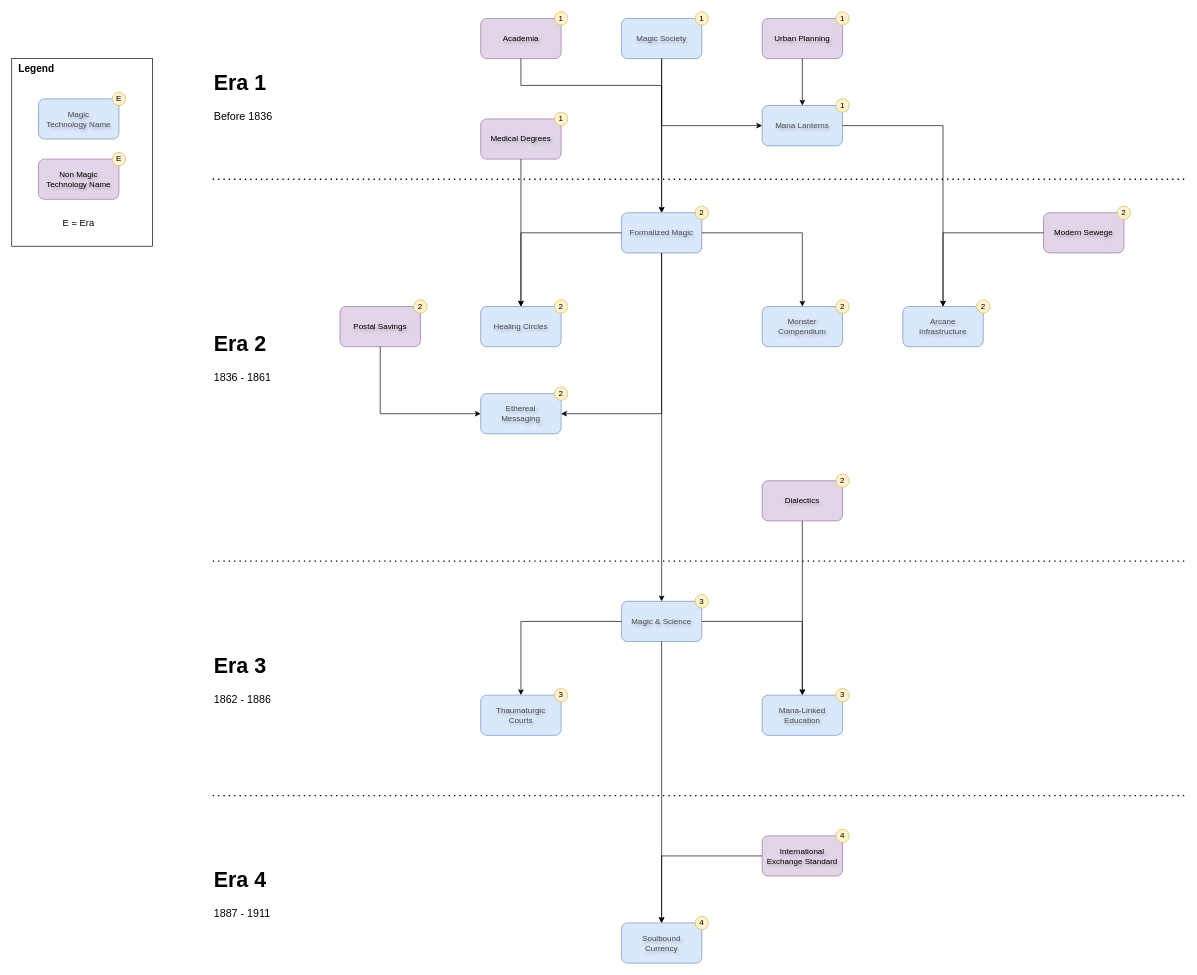
Above: page "Society" (2 of 2) of documentation/TECH_TREE.drawio in kaiser-chris/gate-mod (draw.io), before the change. Source tidied: cells renumbered, new cells numbered last; positions are measured from the earlier drawing's top-left corner, leaving out a move shared by most shapes. Both pictures are drawn from the tidied source at 67%, with x=0, y=0 at pixel (11, 11).
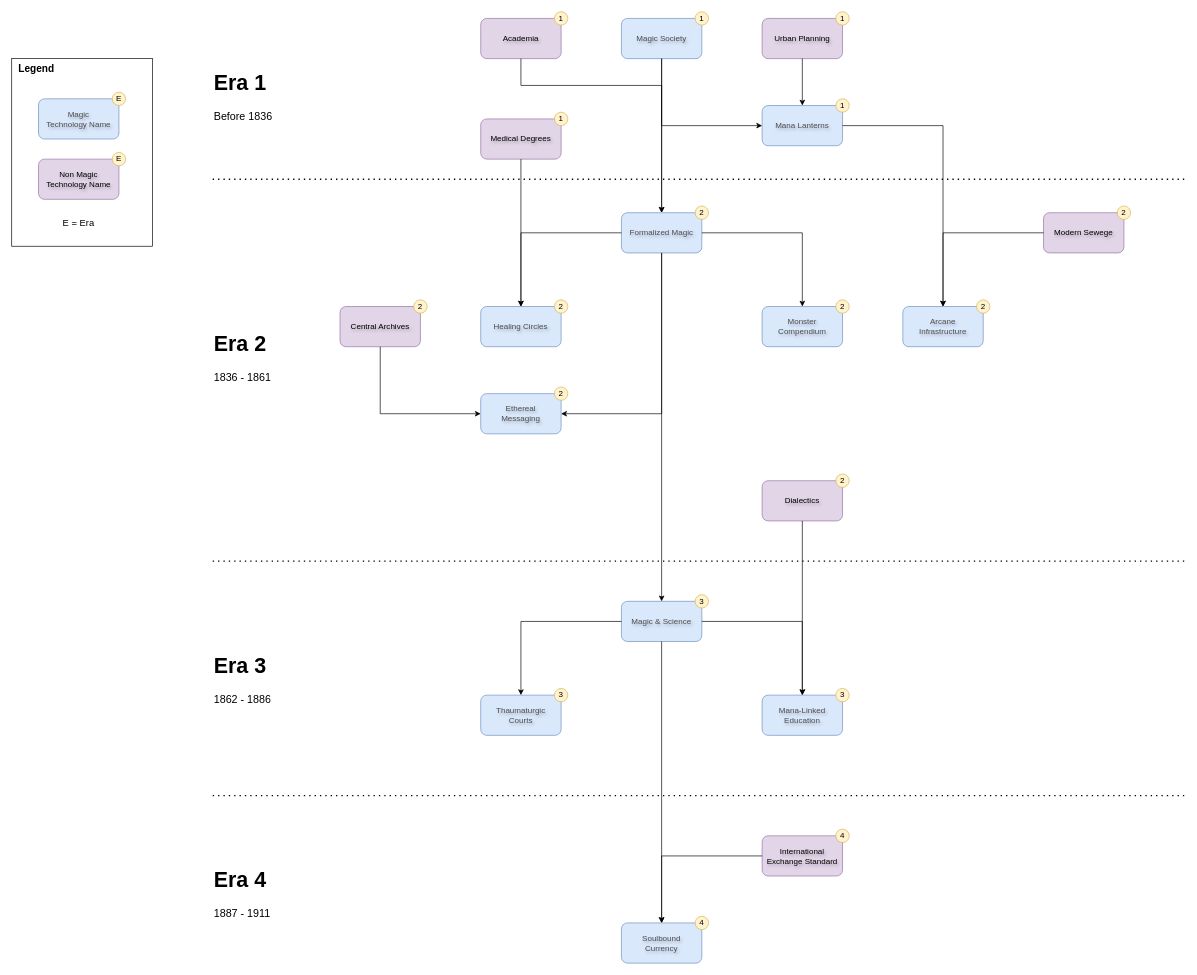
After the change.

Unchanged cells that the change refers to:
```xml
<mxCell id="72" style="group;" parent="1" vertex="1">
  <mxGeometry x="490" y="430" width="130" height="70" as="geometry" />
</mxCell>
```

Change to the diagram source:
```diff
@@
-    <mxCell id="73" value="Postal Savings" style="rounded=1;whiteSpace=wrap;html=1;fillColor=#e1d5e7;strokeColor=#9673a6;textShadow=1;fontColor=#000000;" parent="72" vertex="1">
+    <mxCell id="73" value="Central Archives" style="rounded=1;whiteSpace=wrap;html=1;fillColor=#e1d5e7;strokeColor=#9673a6;textShadow=1;fontColor=#000000;" parent="72" vertex="1">
       <mxGeometry y="10" width="120" height="60" as="geometry" />
     </mxCell>
```
